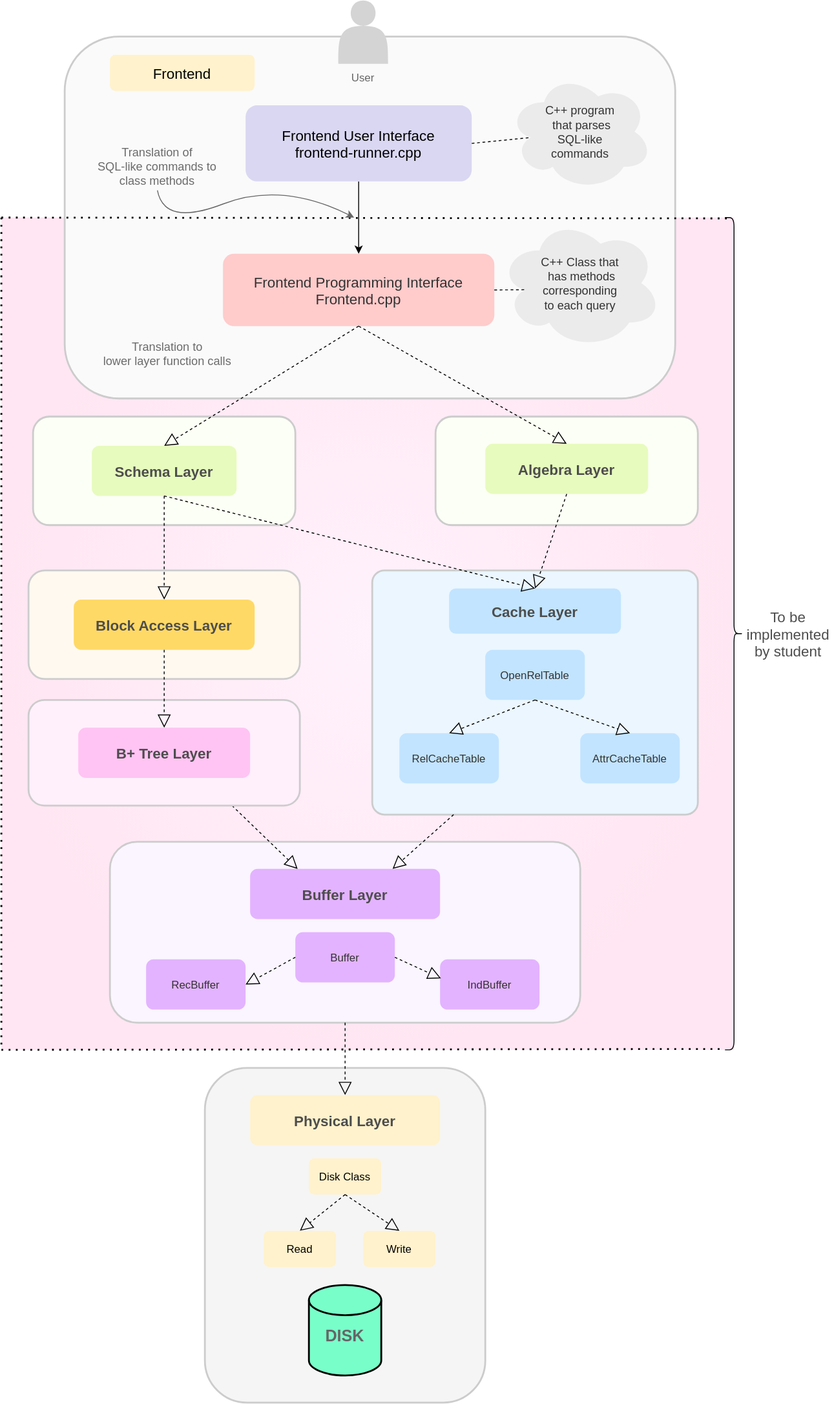
Above: static/img/Architecture.svg in NITCbase/nitcbase.github.io (draw.io), before the change. Source tidied: cells renumbered, new cells last; positions are measured from the earlier drawing's top-left corner, leaving out a move shared by most shapes.
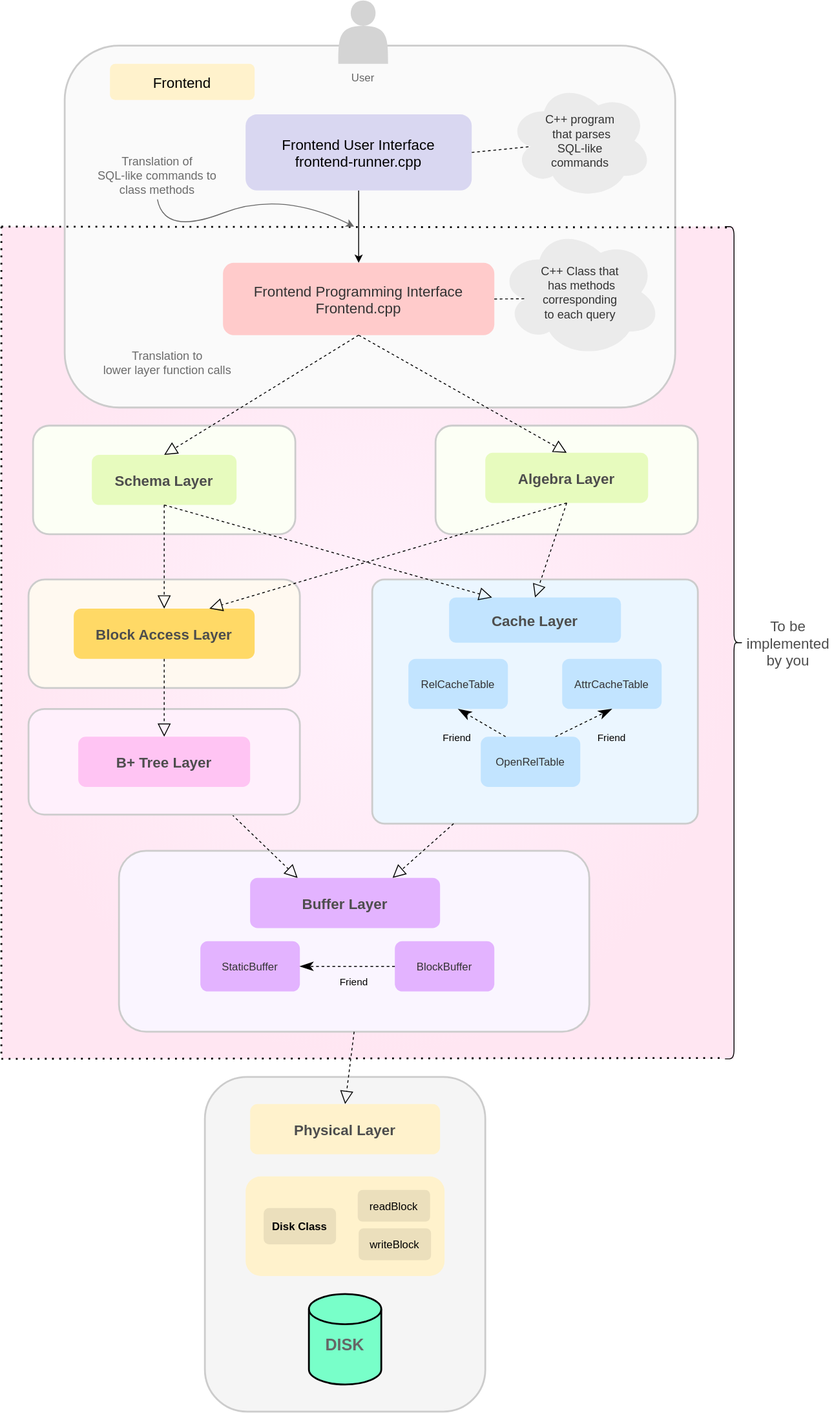
The same diagram one commit later.

Diff of the diagram source:
```diff
@@ -45,62 +45,32 @@
       <mxGeometry x="495" y="650" width="190" height="50" as="geometry" />
     </mxCell>
     <mxCell id="16" value="OpenRelTable" style="rounded=1;fillColor=#C2E4FF;fontColor=#333333;strokeColor=none;" parent="1" vertex="1">
-      <mxGeometry x="535" y="717.8" width="110" height="55.5" as="geometry" />
+      <mxGeometry x="530" y="803.9" width="110" height="55.5" as="geometry" />
     </mxCell>
     <mxCell id="17" value="RelCacheTable" style="rounded=1;fillColor=#C2E4FF;fontColor=#333333;strokeColor=none;" parent="1" vertex="1">
-      <mxGeometry x="440" y="810" width="110" height="55.5" as="geometry" />
+      <mxGeometry x="450" y="717.8" width="110" height="55.5" as="geometry" />
     </mxCell>
     <mxCell id="18" value="AttrCacheTable" style="rounded=1;fillColor=#C2E4FF;fontColor=#333333;strokeColor=none;" parent="1" vertex="1">
-      <mxGeometry x="640" y="810" width="110" height="55.5" as="geometry" />
+      <mxGeometry x="620" y="717.8" width="110" height="55.5" as="geometry" />
     </mxCell>
-    <mxCell id="19" style="endArrow=block;dashed=1;endFill=0;endSize=12;rounded=0;fontSize=13;fontColor=#6B6B6B;exitX=0.5;exitY=1;exitDx=0;exitDy=0;entryX=0.5;entryY=0;entryDx=0;entryDy=0;" parent="1" edge="1" source="16" target="17">
-      <mxGeometry relative="1" as="geometry" />
-    </mxCell>
-    <mxCell id="20" style="endArrow=block;dashed=1;endFill=0;endSize=12;rounded=0;fontSize=13;fontColor=#6B6B6B;exitX=0.5;exitY=1;exitDx=0;exitDy=0;entryX=0.5;entryY=0;entryDx=0;entryDy=0;" parent="1" edge="1" source="16" target="18">
-      <mxGeometry relative="1" as="geometry" />
-    </mxCell>
     <mxCell id="21" style="rounded=1;fillColor=#FAF5FF;strokeColor=#CCCCCC;glass=0;strokeWidth=2;" parent="1" vertex="1">
-      <mxGeometry x="120" y="930" width="520" height="200" as="geometry" />
+      <mxGeometry x="130" y="930" width="520" height="200" as="geometry" />
     </mxCell>
     <mxCell id="22" value="Buffer Layer" style="rounded=1;fillColor=#E3B3FF;fontColor=#4D4D4D;strokeColor=none;fontStyle=1;fontSize=16;" parent="1" vertex="1">
       <mxGeometry x="275" y="960" width="210" height="55.5" as="geometry" />
     </mxCell>
-    <mxCell id="23" value="RecBuffer" style="rounded=1;fillColor=#E3B3FF;fontColor=#333333;strokeColor=none;" parent="1" vertex="1">
-      <mxGeometry x="160" y="1060" width="110" height="55.5" as="geometry" />
-    </mxCell>
-    <mxCell id="24" value="IndBuffer" style="rounded=1;fillColor=#E3B3FF;fontColor=#333333;strokeColor=none;" parent="1" vertex="1">
-      <mxGeometry x="485" y="1060" width="110" height="55.5" as="geometry" />
-    </mxCell>
-    <mxCell id="25" value="Buffer" style="rounded=1;fillColor=#E3B3FF;fontColor=#333333;strokeColor=none;" parent="1" vertex="1">
-      <mxGeometry x="325" y="1030" width="110" height="55.5" as="geometry" />
+    <mxCell id="25" value="StaticBuffer" style="rounded=1;fillColor=#E3B3FF;fontColor=#333333;strokeColor=none;" parent="1" vertex="1">
+      <mxGeometry x="220" y="1030" width="110" height="55.5" as="geometry" />
     </mxCell>
-    <mxCell id="26" style="endArrow=block;dashed=1;endFill=0;endSize=12;rounded=0;fontSize=13;fontColor=#6B6B6B;exitX=0;exitY=0.5;exitDx=0;exitDy=0;entryX=1;entryY=0.5;entryDx=0;entryDy=0;" parent="1" edge="1" source="25" target="23">
-      <mxGeometry relative="1" as="geometry" />
-    </mxCell>
-    <mxCell id="27" style="endArrow=block;dashed=1;endFill=0;endSize=12;rounded=0;fontSize=13;fontColor=#6B6B6B;exitX=1;exitY=0.5;exitDx=0;exitDy=0;entryX=0.009;entryY=0.378;entryDx=0;entryDy=0;entryPerimeter=0;" parent="1" edge="1" source="25" target="24">
-      <mxGeometry relative="1" as="geometry" />
-    </mxCell>
     <mxCell id="28" style="rounded=1;fillColor=#f5f5f5;strokeColor=#CCCCCC;glass=0;fontColor=#333333;strokeWidth=2;" parent="1" vertex="1">
       <mxGeometry x="225" y="1180" width="310" height="370" as="geometry" />
     </mxCell>
     <mxCell id="29" value="Physical Layer" style="rounded=1;fillColor=#fff2cc;strokeColor=none;fontColor=#4D4D4D;fontStyle=1;fontSize=16;" parent="1" vertex="1">
       <mxGeometry x="275" y="1210" width="210" height="55.5" as="geometry" />
     </mxCell>
-    <mxCell id="30" value="Read" style="rounded=1;fillColor=#fff2cc;strokeColor=none;" parent="1" vertex="1">
-      <mxGeometry x="290" y="1360" width="80" height="40" as="geometry" />
-    </mxCell>
-    <mxCell id="31" value="Write" style="rounded=1;fillColor=#fff2cc;strokeColor=none;" parent="1" vertex="1">
-      <mxGeometry x="400" y="1360" width="80" height="40" as="geometry" />
-    </mxCell>
-    <mxCell id="32" value="Disk Class" style="rounded=1;fillColor=#fff2cc;strokeColor=none;" parent="1" vertex="1">
-      <mxGeometry x="340" y="1280" width="80" height="40" as="geometry" />
+    <mxCell id="32" style="rounded=1;fillColor=#fff2cc;strokeColor=none;" parent="1" vertex="1">
+      <mxGeometry x="270" y="1290" width="220" height="110" as="geometry" />
     </mxCell>
-    <mxCell id="33" style="endArrow=block;dashed=1;endFill=0;endSize=12;rounded=0;fontSize=13;fontColor=#6B6B6B;exitX=0.5;exitY=1;exitDx=0;exitDy=0;entryX=0.5;entryY=0;entryDx=0;entryDy=0;" parent="1" edge="1" source="32" target="30">
-      <mxGeometry relative="1" as="geometry" />
-    </mxCell>
-    <mxCell id="34" style="endArrow=block;dashed=1;endFill=0;endSize=12;rounded=0;fontSize=13;fontColor=#6B6B6B;exitX=0.5;exitY=1;exitDx=0;exitDy=0;entryX=0.5;entryY=0;entryDx=0;entryDy=0;" parent="1" edge="1" source="32" target="31">
-      <mxGeometry relative="1" as="geometry" />
-    </mxCell>
     <mxCell id="35" style="endArrow=block;dashed=1;endFill=0;endSize=12;rounded=0;fontSize=13;fontColor=#6B6B6B;exitX=0.75;exitY=1;exitDx=0;exitDy=0;entryX=0.25;entryY=0;entryDx=0;entryDy=0;" parent="1" edge="1" source="62" target="22">
       <mxGeometry relative="1" as="geometry" />
     </mxCell>
@@ -129,7 +99,7 @@
       <mxGeometry x="10" y="40" width="60" height="30" as="geometry" />
     </mxCell>
     <mxCell id="44" style="group;" parent="1" vertex="1">
-      <mxGeometry x="370" width="60" height="100" as="geometry" />
+      <mxGeometry x="370" y="-10" width="60" height="100" as="geometry" />
     </mxCell>
     <mxCell id="45" style="shape=actor;fillColor=#D4D4D4;strokeColor=none;" parent="44" vertex="1">
       <mxGeometry x="2.5" width="55" height="70" as="geometry" />
@@ -145,7 +115,7 @@
     <mxCell id="48" value="Frontend" style="rounded=1;fillColor=#fff2cc;strokeColor=none;gradientDirection=radial;fontSize=16;" parent="1" vertex="1">
       <mxGeometry x="120" y="60" width="160" height="40" as="geometry" />
     </mxCell>
-    <mxCell id="49" value="To be &#10;implemented&#10;by student" style="text;strokeColor=none;fillColor=none;align=center;verticalAlign=middle;rounded=0;shadow=0;glass=0;sketch=0;fontFamily=Helvetica;fontSize=16;fontColor=#4D4D4D;opacity=40;" parent="1" vertex="1">
+    <mxCell id="49" value="To be &#10;implemented&#10;by you" style="text;strokeColor=none;fillColor=none;align=center;verticalAlign=middle;rounded=0;shadow=0;glass=0;sketch=0;fontFamily=Helvetica;fontSize=16;fontColor=#4D4D4D;opacity=40;" parent="1" vertex="1">
       <mxGeometry x="820" y="666.4" width="100" height="67.2" as="geometry" />
     </mxCell>
     <mxCell id="50" style="curved=1;endArrow=classic;html=1;rounded=0;fontFamily=Helvetica;fontSize=18;exitX=0.5;exitY=1;exitDx=0;exitDy=0;strokeColor=#666666;" parent="1" edge="1" source="11">
@@ -208,11 +178,53 @@
     <mxCell id="67" style="endArrow=block;dashed=1;endFill=0;endSize=12;rounded=0;fontSize=13;fontColor=#6B6B6B;exitX=0.5;exitY=1;exitDx=0;exitDy=0;entryX=0.5;entryY=0;entryDx=0;entryDy=0;" parent="1" edge="1" source="54" target="60">
       <mxGeometry relative="1" as="geometry" />
     </mxCell>
-    <mxCell id="68" style="endArrow=block;dashed=1;endFill=0;endSize=12;rounded=0;fontSize=13;fontColor=#6B6B6B;exitX=0.5;exitY=1;exitDx=0;exitDy=0;entryX=0.5;entryY=0;entryDx=0;entryDy=0;" parent="1" edge="1" source="54" target="15">
+    <mxCell id="68" style="endArrow=block;dashed=1;endFill=0;endSize=12;rounded=0;fontSize=13;fontColor=#6B6B6B;exitX=0.5;exitY=1;exitDx=0;exitDy=0;entryX=0.25;entryY=0;entryDx=0;entryDy=0;" parent="1" edge="1" source="54" target="15">
       <mxGeometry relative="1" as="geometry" />
     </mxCell>
     <mxCell id="69" style="endArrow=block;dashed=1;endFill=0;endSize=12;rounded=0;fontSize=13;fontColor=#6B6B6B;exitX=0.5;exitY=1;exitDx=0;exitDy=0;entryX=0.5;entryY=0;entryDx=0;entryDy=0;" parent="1" edge="1" source="60" target="63">
       <mxGeometry relative="1" as="geometry" />
     </mxCell>
+    <mxCell id="70" value="BlockBuffer" style="rounded=1;fillColor=#E3B3FF;fontColor=#333333;strokeColor=none;" parent="1" vertex="1">
+      <mxGeometry x="435" y="1030" width="110" height="55.5" as="geometry" />
+    </mxCell>
+    <mxCell id="71" value="Disk Class" style="rounded=1;fillColor=#EBDFBC;strokeColor=none;fontStyle=1;" parent="1" vertex="1">
+      <mxGeometry x="290" y="1325" width="80" height="40" as="geometry" />
+    </mxCell>
+    <mxCell id="30" value="readBlock" style="rounded=1;fillColor=#EBDFBC;strokeColor=none;" parent="1" vertex="1">
+      <mxGeometry x="394" y="1305" width="80" height="35" as="geometry" />
+    </mxCell>
+    <mxCell id="31" value="writeBlock" style="rounded=1;fillColor=#EBDFBC;strokeColor=none;" parent="1" vertex="1">
+      <mxGeometry x="395" y="1347.5" width="80" height="35" as="geometry" />
+    </mxCell>
+    <mxCell id="72" style="group;" parent="1" vertex="1">
+      <mxGeometry x="645" y="790" width="60" height="30" as="geometry" />
+    </mxCell>
+    <mxCell id="20" style="endArrow=classicThin;dashed=1;endFill=1;endSize=12;rounded=0;fontSize=13;fontColor=#6B6B6B;exitX=0.75;exitY=0;exitDx=0;exitDy=0;entryX=0.5;entryY=1;entryDx=0;entryDy=0;" parent="72" edge="1" source="16" target="18">
+      <mxGeometry relative="1" as="geometry" />
+    </mxCell>
+    <mxCell id="73" value="Friend" style="text;html=1;strokeColor=none;fillColor=none;align=center;verticalAlign=middle;whiteSpace=wrap;rounded=0;fontSize=11;" parent="72" vertex="1">
+      <mxGeometry width="60" height="30" as="geometry" />
+    </mxCell>
+    <mxCell id="74" style="group;" parent="1" vertex="1">
+      <mxGeometry x="474" y="790" width="60" height="30" as="geometry" />
+    </mxCell>
+    <mxCell id="19" style="endArrow=classicThin;dashed=1;endFill=1;endSize=12;rounded=0;fontSize=13;fontColor=#6B6B6B;exitX=0.25;exitY=0;exitDx=0;exitDy=0;entryX=0.5;entryY=1;entryDx=0;entryDy=0;" parent="74" edge="1" source="16" target="17">
+      <mxGeometry relative="1" as="geometry" />
+    </mxCell>
+    <mxCell id="75" value="Friend" style="text;html=1;strokeColor=none;fillColor=none;align=center;verticalAlign=middle;whiteSpace=wrap;rounded=0;fontSize=11;" parent="74" vertex="1">
+      <mxGeometry width="60" height="30" as="geometry" />
+    </mxCell>
+    <mxCell id="76" style="group;" parent="1" vertex="1">
+      <mxGeometry x="360" y="1060" width="60" height="30" as="geometry" />
+    </mxCell>
+    <mxCell id="77" style="endArrow=classicThin;dashed=1;endFill=1;endSize=12;rounded=0;fontSize=13;fontColor=#6B6B6B;exitX=0;exitY=0.5;exitDx=0;exitDy=0;entryX=1;entryY=0.5;entryDx=0;entryDy=0;" parent="76" edge="1" source="70" target="25">
+      <mxGeometry relative="1" as="geometry" />
+    </mxCell>
+    <mxCell id="78" value="Friend" style="text;html=1;strokeColor=none;fillColor=none;align=center;verticalAlign=middle;whiteSpace=wrap;rounded=0;fontSize=11;" parent="76" vertex="1">
+      <mxGeometry width="60" height="30" as="geometry" />
+    </mxCell>
+    <mxCell id="79" style="endArrow=block;dashed=1;endFill=0;endSize=12;rounded=0;fontSize=13;fontColor=#6B6B6B;exitX=0.5;exitY=1;exitDx=0;exitDy=0;entryX=0.75;entryY=0;entryDx=0;entryDy=0;" parent="1" edge="1" source="58" target="60">
+      <mxGeometry relative="1" as="geometry" />
+    </mxCell>
   </root>
 </mxGraphModel>
```
